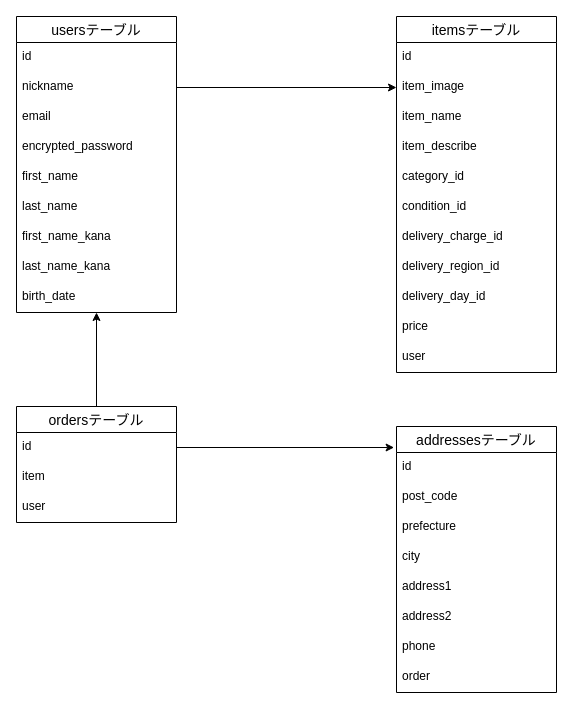
The draw.io diagram ER.dio in ykkkkk0215/furima-40824, before the edit. Source tidied: cells renumbered, new cells numbered last; positions are measured from the earlier drawing's top-left corner, leaving out a move shared by most shapes. Both pictures are drawn from the tidied source at 100%, with x=0, y=0 at pixel (16, 16).
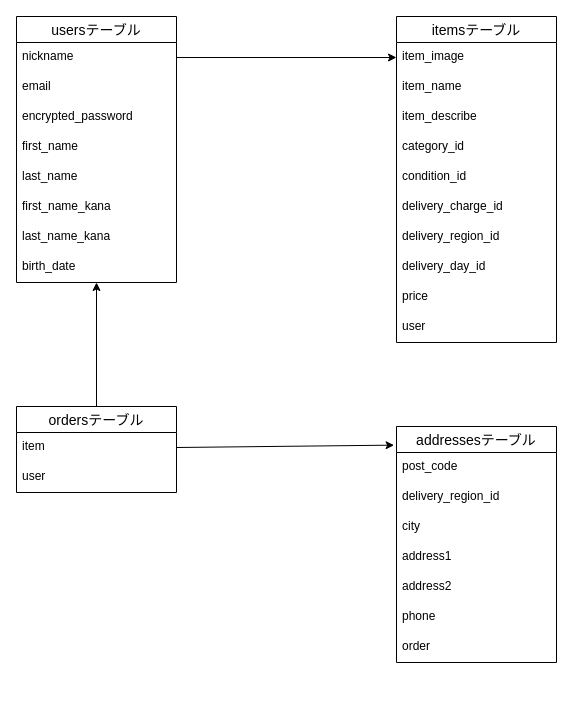
The same diagram, later.

Diff of the diagram source:
```diff
@@
     <mxCell id="2" value="usersテーブル" style="swimlane;fontStyle=0;horizontal=1;startSize=26;align=center;fontSize=14;shadow=0;" parent="1" vertex="1">
-      <mxGeometry width="160" height="296" as="geometry" />
+      <mxGeometry width="160" height="266" as="geometry" />
     </mxCell>
-    <mxCell id="3" value="id" style="text;strokeColor=none;fillColor=none;spacingLeft=4;spacingRight=4;overflow=hidden;fontSize=12;shadow=0;" parent="2" vertex="1">
-      <mxGeometry y="26" width="160" height="30" as="geometry" />
-    </mxCell>
     <mxCell id="4" value="nickname" style="text;strokeColor=none;fillColor=none;spacingLeft=4;spacingRight=4;overflow=hidden;points=[[0,0.5],[1,0.5]];portConstraint=eastwest;fontSize=12;shadow=0;" parent="2" vertex="1">
-      <mxGeometry y="56" width="160" height="30" as="geometry" />
+      <mxGeometry y="26" width="160" height="30" as="geometry" />
     </mxCell>
     <mxCell id="5" value="email" style="text;strokeColor=none;fillColor=none;spacingLeft=4;spacingRight=4;overflow=hidden;fontSize=12;shadow=0;" parent="2" vertex="1">
-      <mxGeometry y="86" width="160" height="30" as="geometry" />
+      <mxGeometry y="56" width="160" height="30" as="geometry" />
     </mxCell>
     <mxCell id="6" value="encrypted_password" style="text;strokeColor=none;fillColor=none;spacingLeft=4;spacingRight=4;overflow=hidden;fontSize=12;shadow=0;" parent="2" vertex="1">
-      <mxGeometry y="116" width="160" height="30" as="geometry" />
+      <mxGeometry y="86" width="160" height="30" as="geometry" />
     </mxCell>
     <mxCell id="7" value="first_name" style="text;strokeColor=none;fillColor=none;spacingLeft=4;spacingRight=4;overflow=hidden;fontSize=12;shadow=0;" parent="2" vertex="1">
-      <mxGeometry y="146" width="160" height="30" as="geometry" />
+      <mxGeometry y="116" width="160" height="30" as="geometry" />
     </mxCell>
     <mxCell id="8" value="last_name" style="text;strokeColor=none;fillColor=none;spacingLeft=4;spacingRight=4;overflow=hidden;fontSize=12;shadow=0;" parent="2" vertex="1">
-      <mxGeometry y="176" width="160" height="30" as="geometry" />
+      <mxGeometry y="146" width="160" height="30" as="geometry" />
     </mxCell>
     <mxCell id="9" value="first_name_kana" style="text;strokeColor=none;fillColor=none;spacingLeft=4;spacingRight=4;overflow=hidden;fontSize=12;shadow=0;" parent="2" vertex="1">
-      <mxGeometry y="206" width="160" height="30" as="geometry" />
+      <mxGeometry y="176" width="160" height="30" as="geometry" />
     </mxCell>
     <mxCell id="10" value="last_name_kana" style="text;strokeColor=none;fillColor=none;spacingLeft=4;spacingRight=4;overflow=hidden;fontSize=12;shadow=0;" parent="2" vertex="1">
-      <mxGeometry y="236" width="160" height="30" as="geometry" />
+      <mxGeometry y="206" width="160" height="30" as="geometry" />
     </mxCell>
     <mxCell id="11" value="birth_date" style="text;strokeColor=none;fillColor=none;spacingLeft=4;spacingRight=4;overflow=hidden;points=[[0,0.5],[1,0.5]];portConstraint=eastwest;fontSize=12;shadow=0;" parent="2" vertex="1">
-      <mxGeometry y="266" width="160" height="30" as="geometry" />
+      <mxGeometry y="236" width="160" height="30" as="geometry" />
     </mxCell>
     <mxCell id="12" value="itemsテーブル" style="swimlane;fontStyle=0;horizontal=1;startSize=26;align=center;fontSize=14;shadow=0;" parent="1" vertex="1">
-      <mxGeometry x="380" width="160" height="356" as="geometry" />
+      <mxGeometry x="380" width="160" height="326" as="geometry" />
     </mxCell>
-    <mxCell id="13" value="id" style="text;strokeColor=none;fillColor=none;spacingLeft=4;spacingRight=4;overflow=hidden;fontSize=12;shadow=0;" parent="12" vertex="1">
-      <mxGeometry y="26" width="160" height="30" as="geometry" />
-    </mxCell>
     <mxCell id="14" value="item_image" style="text;strokeColor=none;fillColor=none;spacingLeft=4;spacingRight=4;overflow=hidden;points=[[0,0.5],[1,0.5]];portConstraint=eastwest;fontSize=12;shadow=0;" parent="12" vertex="1">
-      <mxGeometry y="56" width="160" height="30" as="geometry" />
+      <mxGeometry y="26" width="160" height="30" as="geometry" />
     </mxCell>
     <mxCell id="15" value="item_name" style="text;strokeColor=none;fillColor=none;spacingLeft=4;spacingRight=4;overflow=hidden;fontSize=12;shadow=0;" parent="12" vertex="1">
-      <mxGeometry y="86" width="160" height="30" as="geometry" />
+      <mxGeometry y="56" width="160" height="30" as="geometry" />
     </mxCell>
     <mxCell id="16" value="item_describe" style="text;strokeColor=none;fillColor=none;spacingLeft=4;spacingRight=4;overflow=hidden;fontSize=12;shadow=0;" parent="12" vertex="1">
-      <mxGeometry y="116" width="160" height="30" as="geometry" />
+      <mxGeometry y="86" width="160" height="30" as="geometry" />
     </mxCell>
     <mxCell id="17" value="category_id" style="text;strokeColor=none;fillColor=none;spacingLeft=4;spacingRight=4;overflow=hidden;fontSize=12;shadow=0;" parent="12" vertex="1">
-      <mxGeometry y="146" width="160" height="30" as="geometry" />
+      <mxGeometry y="116" width="160" height="30" as="geometry" />
     </mxCell>
     <mxCell id="18" value="condition_id" style="text;strokeColor=none;fillColor=none;spacingLeft=4;spacingRight=4;overflow=hidden;fontSize=12;shadow=0;" parent="12" vertex="1">
-      <mxGeometry y="176" width="160" height="30" as="geometry" />
+      <mxGeometry y="146" width="160" height="30" as="geometry" />
     </mxCell>
     <mxCell id="19" value="delivery_charge_id" style="text;strokeColor=none;fillColor=none;spacingLeft=4;spacingRight=4;overflow=hidden;fontSize=12;shadow=0;" parent="12" vertex="1">
-      <mxGeometry y="206" width="160" height="30" as="geometry" />
+      <mxGeometry y="176" width="160" height="30" as="geometry" />
     </mxCell>
     <mxCell id="20" value="delivery_region_id" style="text;strokeColor=none;fillColor=none;spacingLeft=4;spacingRight=4;overflow=hidden;fontSize=12;shadow=0;" parent="12" vertex="1">
-      <mxGeometry y="236" width="160" height="30" as="geometry" />
+      <mxGeometry y="206" width="160" height="30" as="geometry" />
     </mxCell>
     <mxCell id="21" value="delivery_day_id" style="text;strokeColor=none;fillColor=none;spacingLeft=4;spacingRight=4;overflow=hidden;fontSize=12;shadow=0;" parent="12" vertex="1">
-      <mxGeometry y="266" width="160" height="30" as="geometry" />
+      <mxGeometry y="236" width="160" height="30" as="geometry" />
     </mxCell>
     <mxCell id="22" value="price" style="text;strokeColor=none;fillColor=none;spacingLeft=4;spacingRight=4;overflow=hidden;fontSize=12;shadow=0;" parent="12" vertex="1">
-      <mxGeometry y="296" width="160" height="30" as="geometry" />
+      <mxGeometry y="266" width="160" height="30" as="geometry" />
     </mxCell>
     <mxCell id="23" value="user" style="text;strokeColor=none;fillColor=none;spacingLeft=4;spacingRight=4;overflow=hidden;fontSize=12;shadow=0;" parent="12" vertex="1">
-      <mxGeometry y="326" width="160" height="30" as="geometry" />
+      <mxGeometry y="296" width="160" height="30" as="geometry" />
     </mxCell>
@@
     <mxCell id="25" value="ordersテーブル" style="swimlane;fontStyle=0;horizontal=1;startSize=26;align=center;fontSize=14;shadow=0;" parent="1" vertex="1">
-      <mxGeometry y="390" width="160" height="116" as="geometry" />
+      <mxGeometry y="390" width="160" height="86" as="geometry" />
     </mxCell>
-    <mxCell id="26" value="id" style="text;strokeColor=none;fillColor=none;spacingLeft=4;spacingRight=4;overflow=hidden;points=[[0,0.5],[1,0.5]];portConstraint=eastwest;fontSize=12;shadow=0;" parent="25" vertex="1">
-      <mxGeometry y="26" width="160" height="30" as="geometry" />
-    </mxCell>
     <mxCell id="27" value="item" style="text;strokeColor=none;fillColor=none;spacingLeft=4;spacingRight=4;overflow=hidden;fontSize=12;shadow=0;" parent="25" vertex="1">
-      <mxGeometry y="56" width="160" height="30" as="geometry" />
+      <mxGeometry y="26" width="160" height="30" as="geometry" />
     </mxCell>
     <mxCell id="28" value="user" style="text;strokeColor=none;fillColor=none;spacingLeft=4;spacingRight=4;overflow=hidden;fontSize=12;shadow=0;" parent="25" vertex="1">
-      <mxGeometry y="86" width="160" height="30" as="geometry" />
+      <mxGeometry y="56" width="160" height="30" as="geometry" />
     </mxCell>
     <mxCell id="29" value="addressesテーブル" style="swimlane;fontStyle=0;horizontal=1;startSize=26;align=center;fontSize=14;shadow=0;" parent="1" vertex="1">
-      <mxGeometry x="380" y="410" width="160" height="266" as="geometry" />
+      <mxGeometry x="380" y="410" width="160" height="236" as="geometry" />
     </mxCell>
-    <mxCell id="30" value="id" style="text;strokeColor=none;fillColor=none;spacingLeft=4;spacingRight=4;overflow=hidden;fontSize=12;shadow=0;" parent="29" vertex="1">
-      <mxGeometry y="26" width="160" height="30" as="geometry" />
-    </mxCell>
     <mxCell id="31" value="post_code" style="text;strokeColor=none;fillColor=none;spacingLeft=4;spacingRight=4;overflow=hidden;fontSize=12;shadow=0;" parent="29" vertex="1">
-      <mxGeometry y="56" width="160" height="30" as="geometry" />
+      <mxGeometry y="26" width="160" height="30" as="geometry" />
     </mxCell>
-    <mxCell id="32" value="prefecture" style="text;strokeColor=none;fillColor=none;spacingLeft=4;spacingRight=4;overflow=hidden;fontSize=12;shadow=0;" parent="29" vertex="1">
-      <mxGeometry y="86" width="160" height="30" as="geometry" />
+    <mxCell id="32" value="delivery_region_id" style="text;strokeColor=none;fillColor=none;spacingLeft=4;spacingRight=4;overflow=hidden;fontSize=12;shadow=0;" parent="29" vertex="1">
+      <mxGeometry y="56" width="160" height="30" as="geometry" />
     </mxCell>
     <mxCell id="33" value="city" style="text;strokeColor=none;fillColor=none;spacingLeft=4;spacingRight=4;overflow=hidden;fontSize=12;shadow=0;" parent="29" vertex="1">
-      <mxGeometry y="116" width="160" height="30" as="geometry" />
+      <mxGeometry y="86" width="160" height="30" as="geometry" />
     </mxCell>
     <mxCell id="34" value="address1" style="text;strokeColor=none;fillColor=none;spacingLeft=4;spacingRight=4;overflow=hidden;fontSize=12;shadow=0;" parent="29" vertex="1">
-      <mxGeometry y="146" width="160" height="30" as="geometry" />
+      <mxGeometry y="116" width="160" height="30" as="geometry" />
     </mxCell>
     <mxCell id="35" value="address2" style="text;strokeColor=none;fillColor=none;spacingLeft=4;spacingRight=4;overflow=hidden;fontSize=12;shadow=0;" parent="29" vertex="1">
-      <mxGeometry y="176" width="160" height="30" as="geometry" />
+      <mxGeometry y="146" width="160" height="30" as="geometry" />
     </mxCell>
     <mxCell id="36" value="phone" style="text;strokeColor=none;fillColor=none;spacingLeft=4;spacingRight=4;overflow=hidden;fontSize=12;shadow=0;" parent="29" vertex="1">
-      <mxGeometry y="206" width="160" height="30" as="geometry" />
+      <mxGeometry y="176" width="160" height="30" as="geometry" />
     </mxCell>
     <mxCell id="37" value="order" style="text;strokeColor=none;fillColor=none;spacingLeft=4;spacingRight=4;overflow=hidden;fontSize=12;shadow=0;" parent="29" vertex="1">
-      <mxGeometry y="236" width="160" height="30" as="geometry" />
+      <mxGeometry y="206" width="160" height="30" as="geometry" />
     </mxCell>
@@
-    <mxCell id="39" style="edgeStyle=none;html=1;exitX=1;exitY=0.5;exitDx=0;exitDy=0;entryX=-0.015;entryY=0.079;entryDx=0;entryDy=0;entryPerimeter=0;" parent="1" edge="1" source="26" target="29">
-      <mxGeometry relative="1" as="geometry" />
+    <mxCell id="39" style="edgeStyle=none;html=1;exitX=1;exitY=0.5;exitDx=0;exitDy=0;entryX=-0.015;entryY=0.079;entryDx=0;entryDy=0;entryPerimeter=0;" parent="1" edge="1" target="29">
+      <mxGeometry relative="1" as="geometry">
+        <mxPoint x="160" y="431" as="sourcePoint" />
+      </mxGeometry>
     </mxCell>
```
